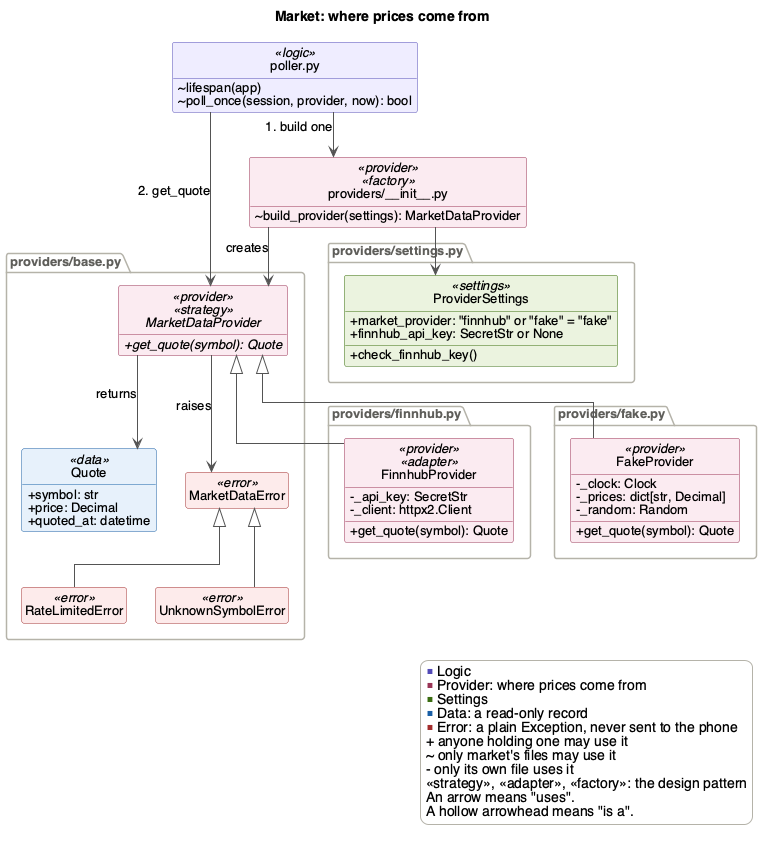
davislenover/BurnNEarn keeps this PlantUML diagram as docs/Design/SoftArchitecture/figures/market-providers.png. Above is the earlier version.
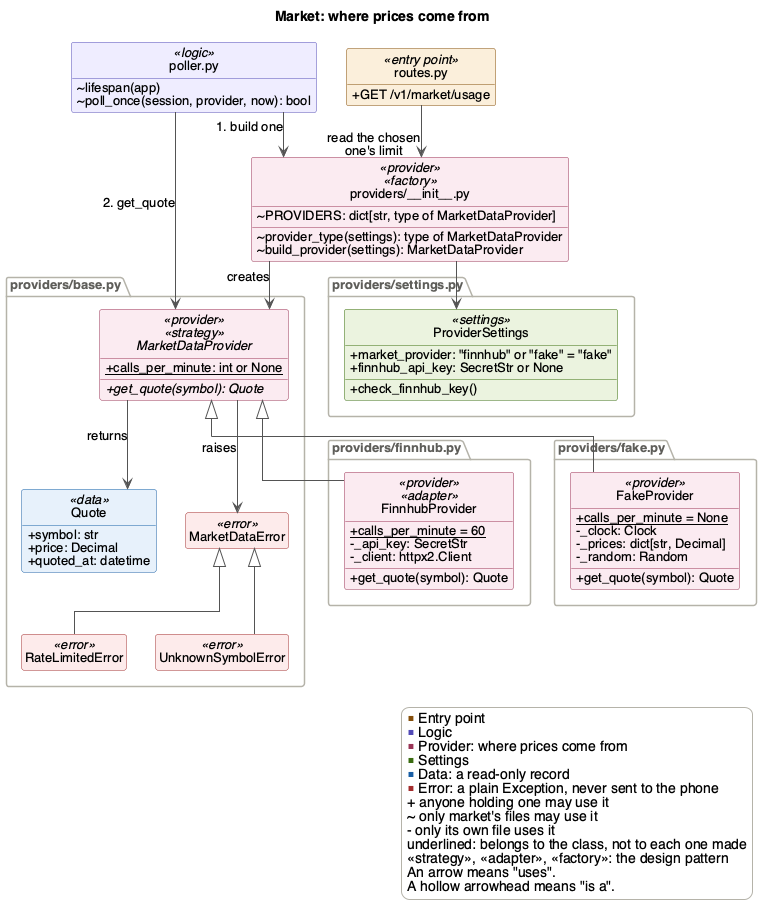
The same file after the commit.

Diff of the diagram source:
```diff
@@ -8,7 +8,13 @@
   ~ poll_once(session, provider, now): bool
 }
 
+class "routes.py" as routes <<entry point>> {
+  + GET /v1/market/usage
+}
+
 class "providers/__init__.py" as init <<provider>> <<factory>> {
+  ~ PROVIDERS: dict[str, type of MarketDataProvider]
+  ~ provider_type(settings): type of MarketDataProvider
   ~ build_provider(settings): MarketDataProvider
 }
 
@@ -22,6 +28,7 @@
 
 package "providers/base.py" {
   interface MarketDataProvider <<provider>> <<strategy>> {
+    + {static} calls_per_minute: int or None
     + {abstract} get_quote(symbol): Quote
   }
   class Quote <<data>> {
@@ -36,6 +43,7 @@
 
 package "providers/finnhub.py" {
   class FinnhubProvider <<provider>> <<adapter>> {
+    + {static} calls_per_minute = 60
     - _api_key: SecretStr
     - _client: httpx2.Client
     + get_quote(symbol): Quote
@@ -44,6 +52,7 @@
 
 package "providers/fake.py" {
   class FakeProvider <<provider>> {
+    + {static} calls_per_minute = None
     - _clock: Clock
     - _prices: dict[str, Decimal]
     - _random: Random
@@ -52,6 +61,7 @@
 }
 
 poller --> init : 1. build one
+routes --> init : read the chosen\none's limit
 init --> ProviderSettings
 init --> MarketDataProvider : creates
 poller --> MarketDataProvider : 2. get_quote
@@ -64,6 +74,7 @@
 MarketDataProvider <|-- FakeProvider
 
 legend right
+  <color:#854F0B>■</color> Entry point
   <color:#534AB7>■</color> Logic
   <color:#993556>■</color> Provider: where prices come from
   <color:#3B6D11>■</color> Settings
@@ -72,6 +83,7 @@
   + anyone holding one may use it
   ~ only market's files may use it
   - only its own file uses it
+  underlined: belongs to the class, not to each one made
   «strategy», «adapter», «factory»: the design pattern
   An arrow means "uses".
   A hollow arrowhead means "is a".
```
